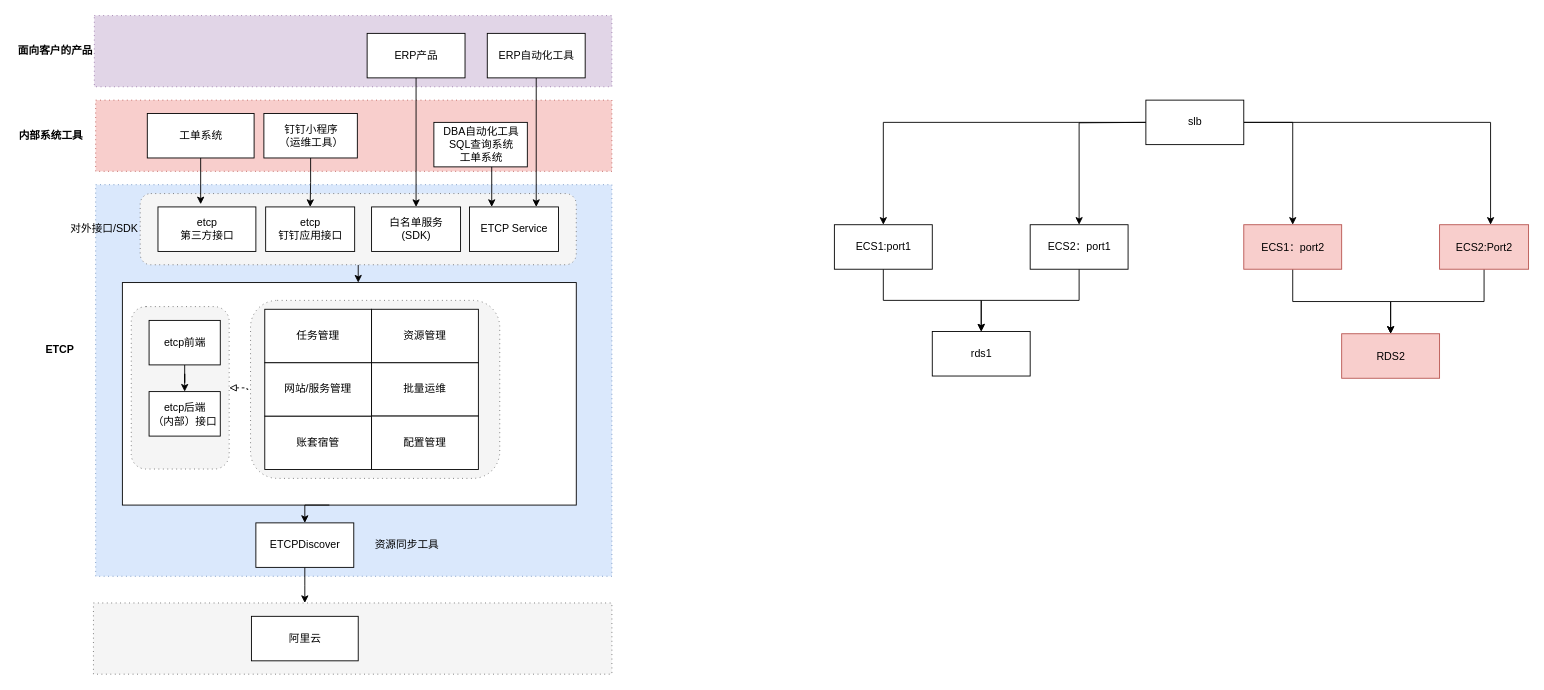
This is page "ETCP" (1 of 6) of devops.drawio from mashifei/uml, a draw.io file, before an edit. Source tidied: cells renumbered, new cells numbered last; positions are measured from the earlier drawing's top-left corner, leaving out a move shared by most shapes. Both pictures are drawn from the tidied source at 89%, with x=0, y=0 at pixel (15, 15).
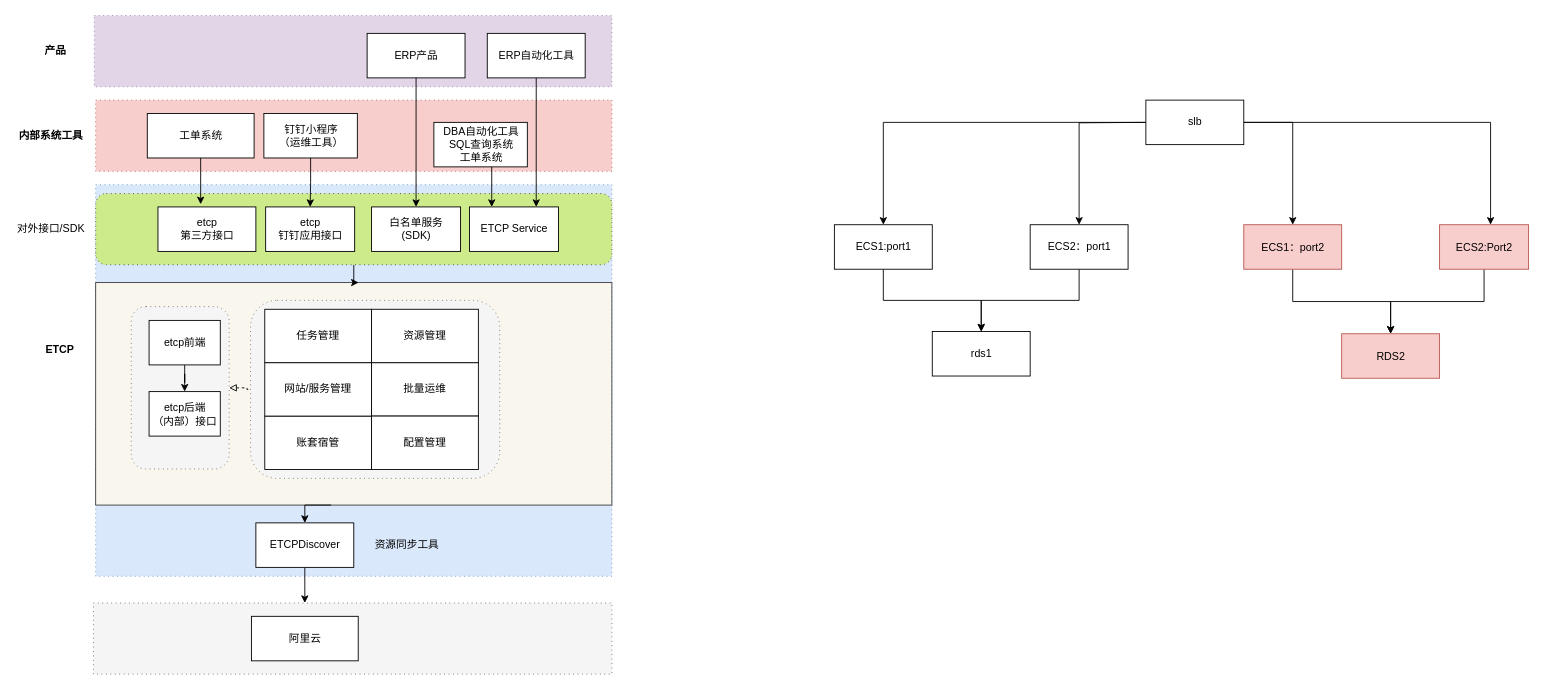
The same diagram, later.

What changed in the source:
```diff
@@
-    <mxCell id="5" style="html=1;" parent="1" vertex="1">
-      <mxGeometry x="120" y="300" width="510" height="250" as="geometry" />
+    <mxCell id="5" style="html=1;fillColor=#f9f7ed;strokeColor=#36393d;" parent="1" vertex="1">
+      <mxGeometry x="90" y="300" width="580" height="250" as="geometry" />
     </mxCell>
@@
-    <mxCell id="29" style="shape=ext;rounded=1;html=1;whiteSpace=wrap;dashed=1;dashPattern=1 4;fillColor=#f5f5f5;strokeColor=#666666;fontColor=#333333;" parent="1" vertex="1">
-      <mxGeometry x="140" y="200" width="490" height="80" as="geometry" />
+    <mxCell id="29" style="shape=ext;rounded=1;html=1;whiteSpace=wrap;dashed=1;dashPattern=1 4;fillColor=#cdeb8b;strokeColor=#36393d;" parent="1" vertex="1">
+      <mxGeometry x="90" y="200" width="580" height="80" as="geometry" />
     </mxCell>
@@
     <mxCell id="37" value="对外接口/SDK" style="text;html=1;strokeColor=none;fillColor=none;align=center;verticalAlign=middle;whiteSpace=wrap;rounded=0;" parent="1" vertex="1">
-      <mxGeometry x="60" y="230" width="80" height="20" as="geometry" />
+      <mxGeometry y="230" width="80" height="20" as="geometry" />
     </mxCell>
-    <mxCell id="38" value="面向客户的产品" style="text;html=1;strokeColor=none;fillColor=none;align=center;verticalAlign=middle;whiteSpace=wrap;rounded=0;fontStyle=1;" parent="1" vertex="1">
+    <mxCell id="38" value="产品" style="text;html=1;strokeColor=none;fillColor=none;align=center;verticalAlign=middle;whiteSpace=wrap;rounded=0;fontStyle=1;" parent="1" vertex="1">
       <mxGeometry y="30" width="90" height="20" as="geometry" />
     </mxCell>
```
